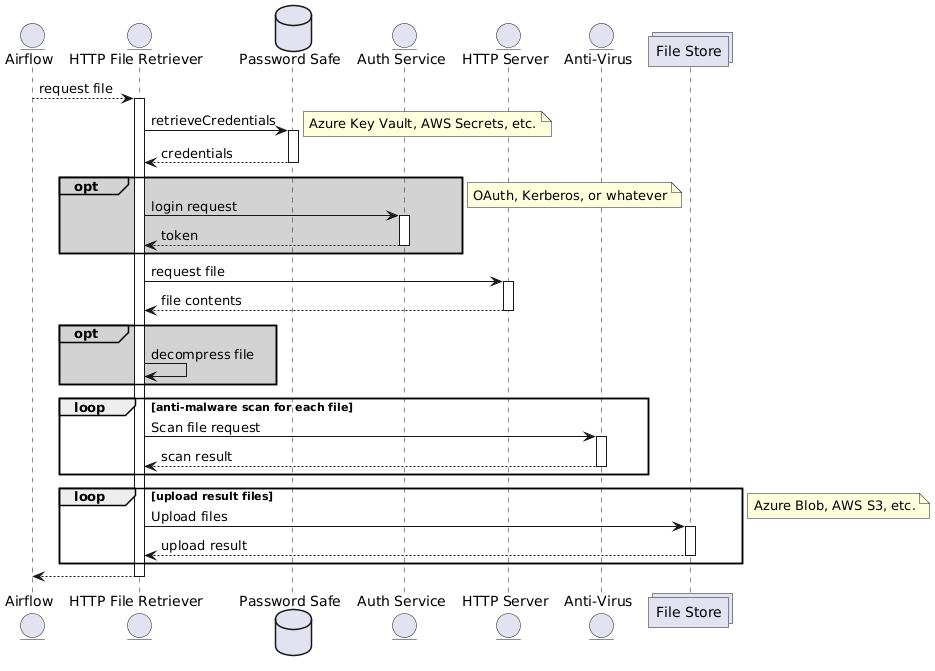
Before: interaction-diagram.png, a diagram exported from PlantUML (perry2of5/http-file-rtrvr).
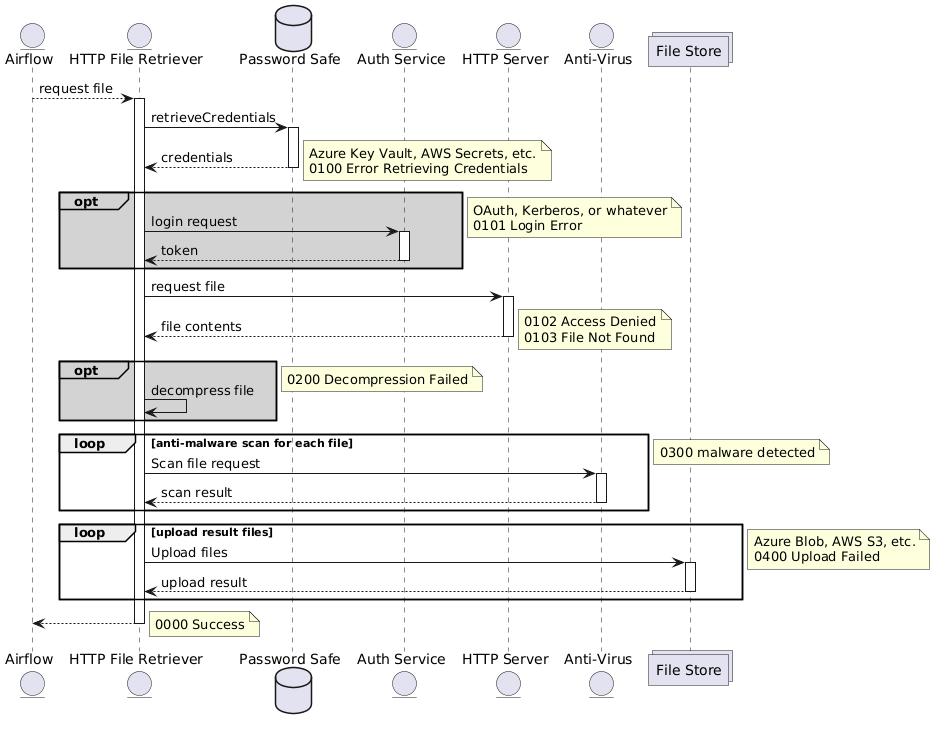
Later version of the same file.

Commit message:
Update diagram with error codes at each stage

What changed in the source:
```diff
@@ -13,36 +13,52 @@
 autoactivate on
 
 fileRtrvr -> credStore: retrieveCredentials
-note right: Azure Key Vault, AWS Secrets, etc.
 return credentials
+note right
+Azure Key Vault, AWS Secrets, etc.
+0100 Error Retrieving Credentials
+end note
 
 opt#lightgray #lightgray
     fileRtrvr -> authSvc: login request
     return token
 end
-note right: OAuth, Kerberos, or whatever
+note right
+OAuth, Kerberos, or whatever
+0101 Login Error
+end note
 
 fileRtrvr -> target: request file
 return file contents
+note right
+0102 Access Denied
+0103 File Not Found
+end note
 
 opt#lightgray #lightgray
     autoactivate off
     fileRtrvr -> fileRtrvr: decompress file
     autoactivate on
 end
+note right: 0200 Decompression Failed
 
 loop anti-malware scan for each file
     fileRtrvr -> av: Scan file request
     return scan result
 end
+note right: 0300 malware detected
 
 loop upload result files
     fileRtrvr -> s3: Upload files
     return upload result
 end
-note right: Azure Blob, AWS S3, etc.
+note right
+Azure Blob, AWS S3, etc.
+0400 Upload Failed
+end note
 
 return
+note right: 0000 Success
 
 deactivate fileRtrvr
 @enduml
```
